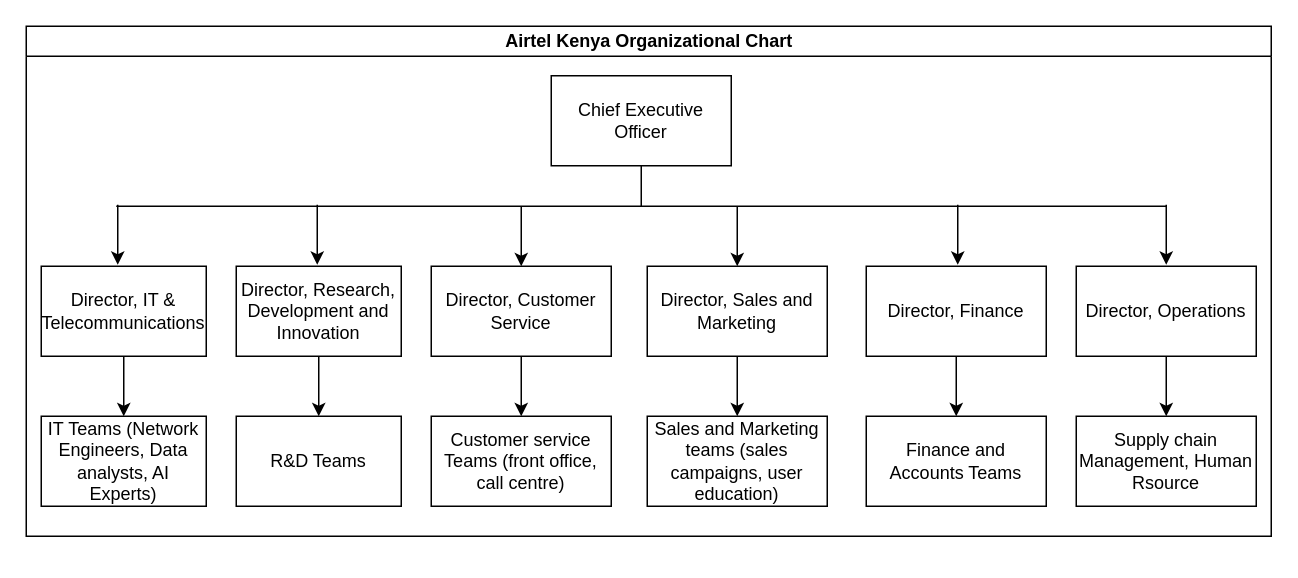
Above: Airtel Org Chart.drawio in kmagua/flowcharts (draw.io), before the change. Source tidied: cells renumbered, new cells numbered last; positions are measured from the earlier drawing's top-left corner, leaving out a move shared by most shapes. Both pictures are drawn from the tidied source at 150%, with x=0, y=0 at pixel (26, 26).
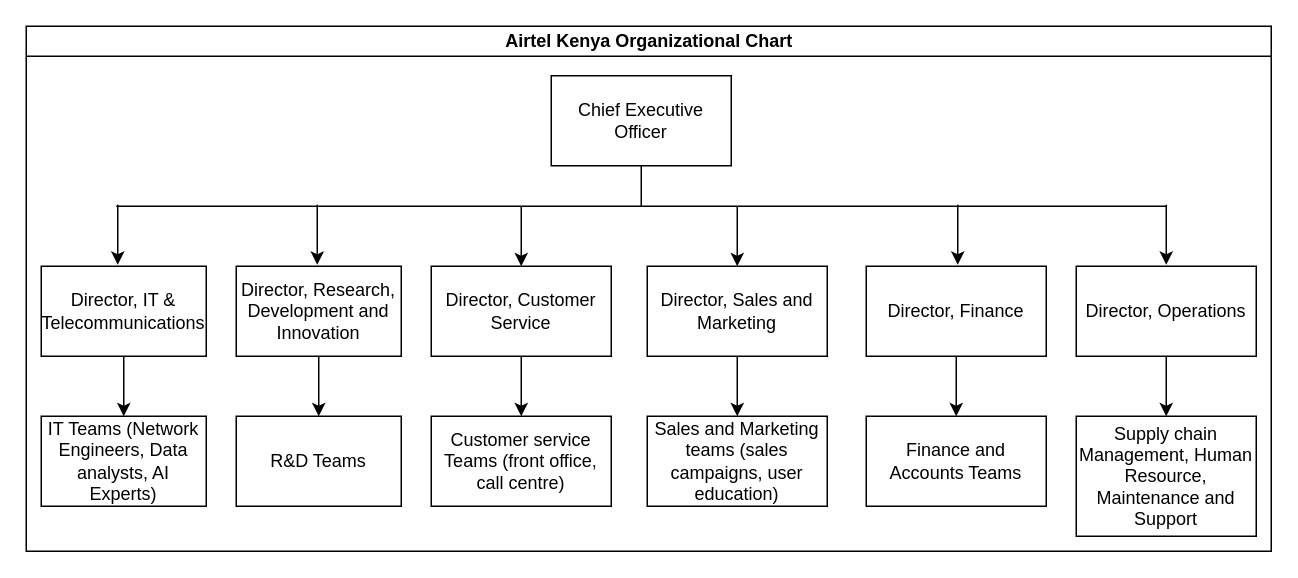
The same diagram, later.

Diff of the diagram source:
```diff
@@
     <mxCell id="2" value="Airtel Kenya Organizational Chart" style="swimlane;html=1;startSize=20;horizontal=1;containerType=tree;glass=0;" parent="1" vertex="1">
-      <mxGeometry width="830" height="340" as="geometry" />
+      <mxGeometry width="830" height="350" as="geometry" />
     </mxCell>
@@
-    <mxCell id="20" value="Supply chain Management, Human Rsource" style="rounded=0;whiteSpace=wrap;html=1;" parent="2" vertex="1">
-      <mxGeometry x="700" y="260" width="120" height="60" as="geometry" />
+    <mxCell id="20" value="Supply chain Management, Human Resource, Maintenance and Support" style="rounded=0;whiteSpace=wrap;html=1;" parent="2" vertex="1">
+      <mxGeometry x="700" y="260" width="120" height="80" as="geometry" />
     </mxCell>
```
